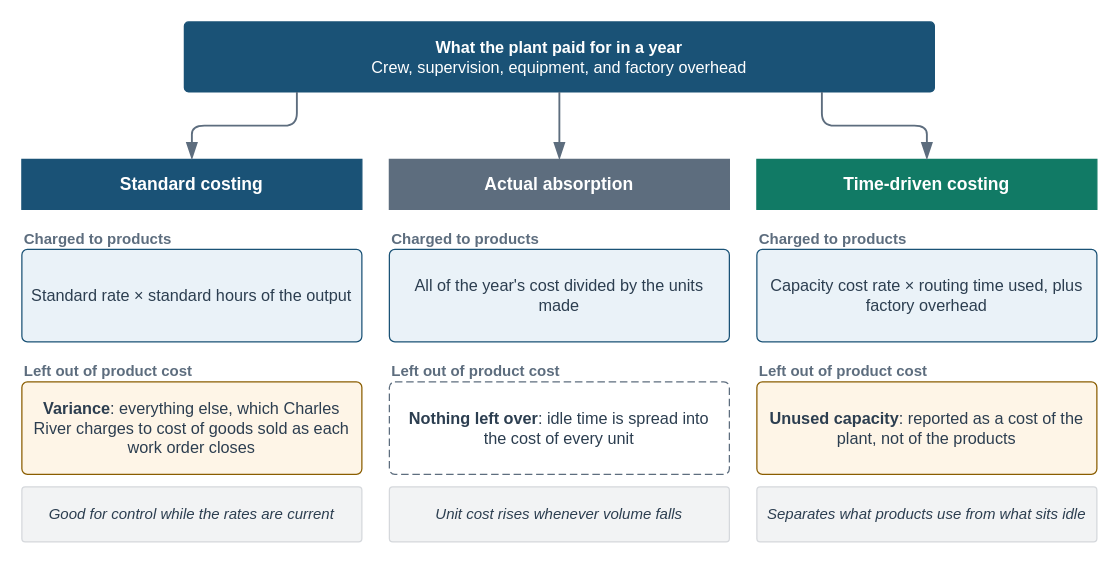
Before: visuals/src/fig-18-01-costing-views.drawio in mmcodesso/Accounting_Analytics_Book, a draw.io diagram. Source tidied: cells renumbered, new cells numbered last; positions are measured from the earlier drawing's top-left corner, leaving out a move shared by most shapes. Both pictures are drawn from the tidied source at 125%, with x=0, y=0 at pixel (21, 21).
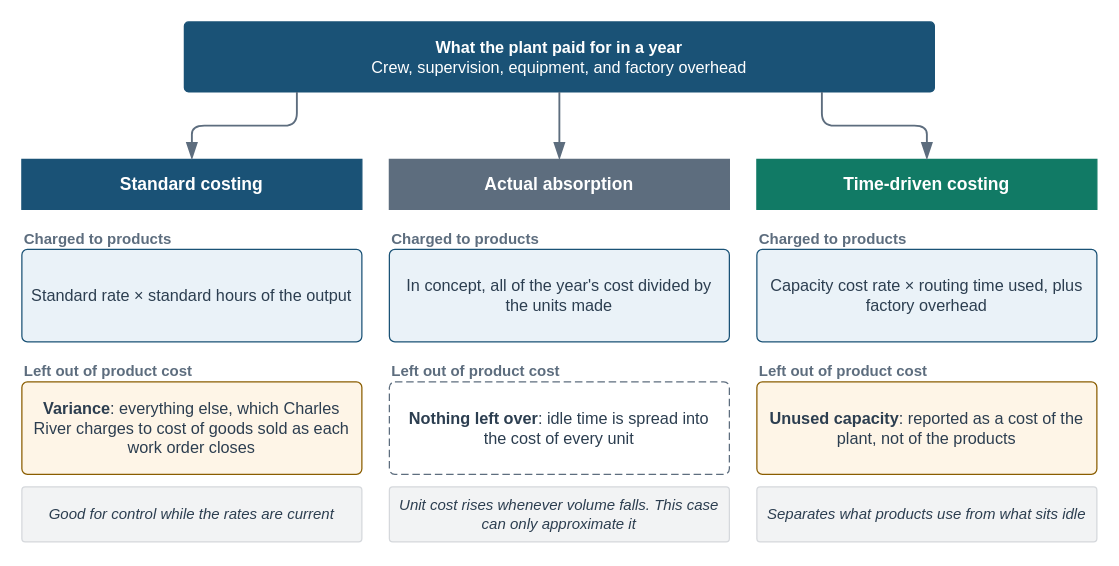
Above is the later version.

Change to the diagram source:
```diff
@@
-    <mxCell id="14" value="All of the year's cost divided by the units made" style="rounded=1;arcSize=6;whiteSpace=wrap;html=1;fillColor=#EAF2F8;strokeColor=#1A5276;strokeWidth=1;fontColor=#2C3E50;fontSize=13;fontStyle=0;align=center;verticalAlign=middle;fontFamily=Helvetica;spacingLeft=6;spacingRight=6;" parent="1" vertex="1">
+    <mxCell id="14" value="In concept, all of the year's cost divided by the units made" style="rounded=1;arcSize=6;whiteSpace=wrap;html=1;fillColor=#EAF2F8;strokeColor=#1A5276;strokeWidth=1;fontColor=#2C3E50;fontSize=13;fontStyle=0;align=center;verticalAlign=middle;fontFamily=Helvetica;spacingLeft=6;spacingRight=6;" parent="1" vertex="1">
       <mxGeometry x="294" y="182" width="272" height="74" as="geometry" />
     </mxCell>
@@
-    <mxCell id="17" value="&lt;i&gt;Unit cost rises whenever volume falls&lt;/i&gt;" style="rounded=1;arcSize=6;whiteSpace=wrap;html=1;fillColor=#F2F3F4;strokeColor=#D5D8DC;strokeWidth=1;fontColor=#2C3E50;fontSize=12;fontStyle=0;align=center;verticalAlign=middle;fontFamily=Helvetica;spacingLeft=6;spacingRight=6;" parent="1" vertex="1">
+    <mxCell id="17" value="&lt;i&gt;Unit cost rises whenever volume falls. This case can only approximate it&lt;/i&gt;" style="rounded=1;arcSize=6;whiteSpace=wrap;html=1;fillColor=#F2F3F4;strokeColor=#D5D8DC;strokeWidth=1;fontColor=#2C3E50;fontSize=12;fontStyle=0;align=center;verticalAlign=middle;fontFamily=Helvetica;spacingLeft=6;spacingRight=6;" parent="1" vertex="1">
       <mxGeometry x="294" y="372" width="272" height="44" as="geometry" />
     </mxCell>
```
